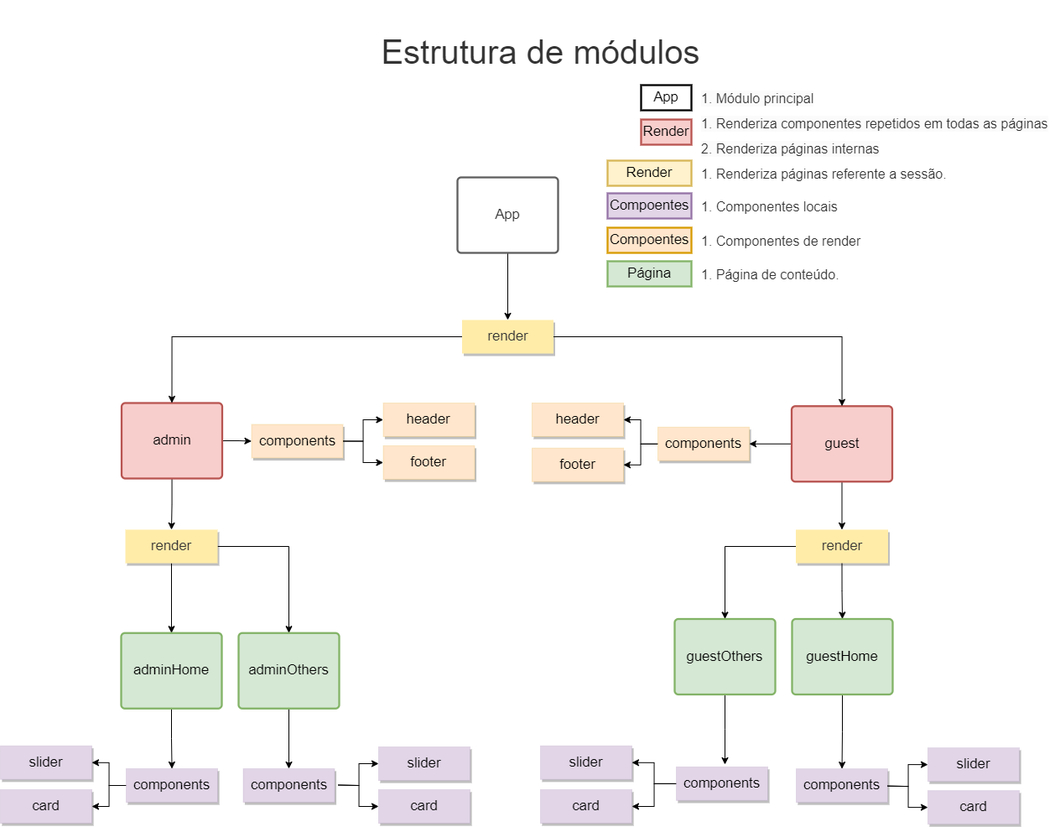
The draw.io diagram modelagem/Estrutura de modulos.png in lognsoft/AngularPattern, before a commit. Source tidied: cells renumbered, new cells last; positions are measured from the earlier drawing's top-left corner, leaving out a move shared by most shapes.
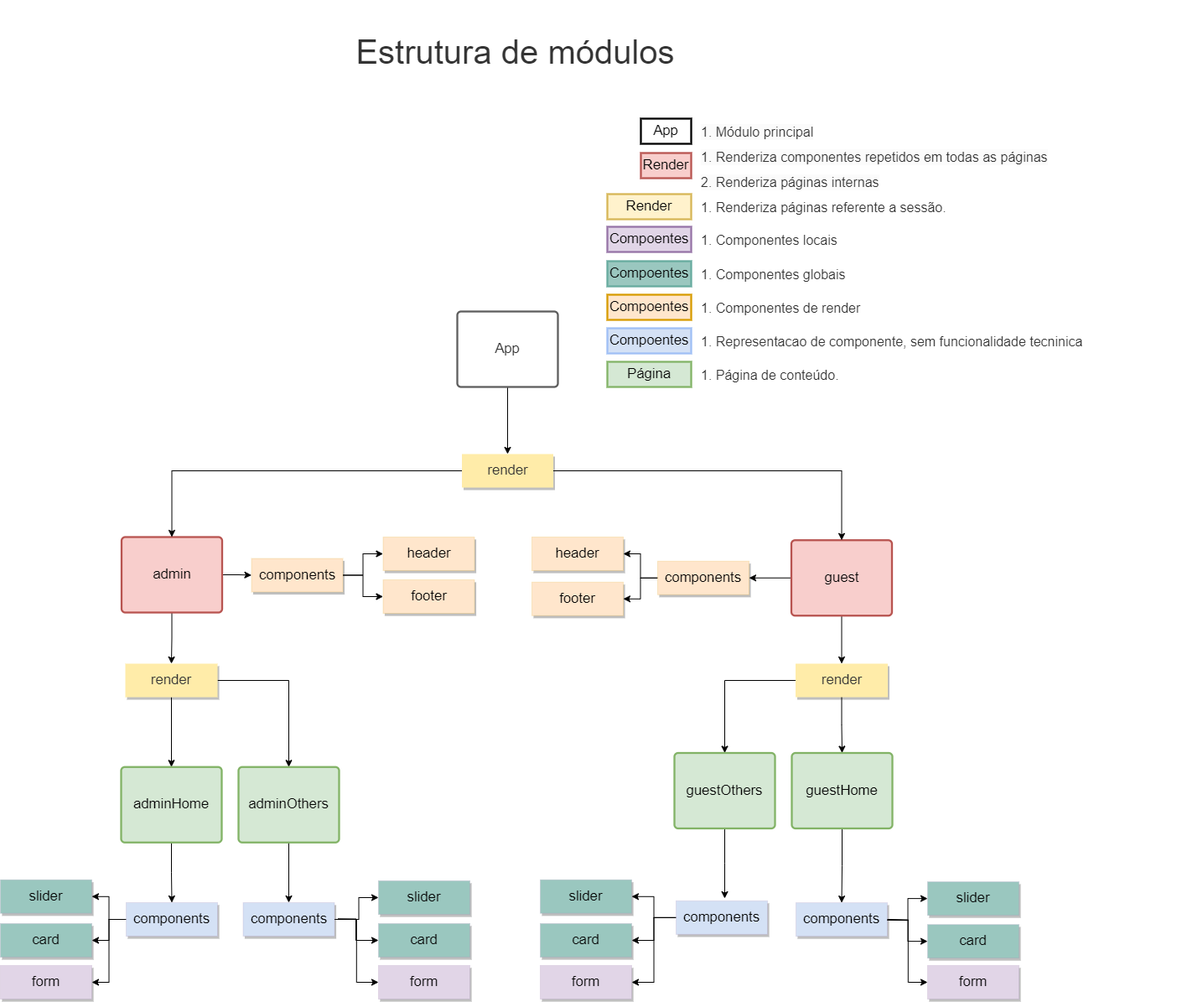
The same diagram one commit later.

What changed in the source:
```diff
@@ -11,3 +11,3 @@
     <mxCell id="4" value="Estrutura de módulos" style="html=1;overflow=block;blockSpacing=1;whiteSpace=wrap;fontSize=40;fontColor=#333333;spacing=3.8;strokeOpacity=0;fillOpacity=0;rounded=1;absoluteArcSize=1;arcSize=9;fillColor=#ffffff;strokeWidth=2.3;lucidId=kp.HK3f7AlV3;" parent="1" vertex="1">
-      <mxGeometry x="354" width="581" height="120" as="geometry" />
+      <mxGeometry x="324" y="-160" width="581" height="120" as="geometry" />
     </mxCell>
@@ -52,3 +52,3 @@
     </mxCell>
-    <mxCell id="18" value="components" style="html=1;overflow=block;blockSpacing=1;whiteSpace=wrap;shadow=1;fontSize=16.7;spacing=9;strokeColor=#9673a6;strokeOpacity=100;fillColor=#e1d5e7;strokeWidth=0;lucidId=x9~HYQwUxrom;" parent="1" vertex="1">
+    <mxCell id="18" value="components" style="html=1;overflow=block;blockSpacing=1;whiteSpace=wrap;shadow=1;fontSize=16.7;spacing=9;strokeColor=#9673a6;strokeOpacity=100;fillColor=#D4E1F5;strokeWidth=0;lucidId=x9~HYQwUxrom;" parent="1" vertex="1">
       <mxGeometry x="949" y="915.1" width="109" height="40" as="geometry" />
@@ -65,6 +65,6 @@
     </mxCell>
-    <mxCell id="21" value="slider" style="html=1;overflow=block;blockSpacing=1;whiteSpace=wrap;shadow=1;fontSize=16.7;spacing=9;strokeColor=#9673a6;strokeOpacity=100;fillColor=#e1d5e7;strokeWidth=0;lucidId=x9~HYQwUxrom;" parent="1" vertex="1">
+    <mxCell id="21" value="slider" style="html=1;overflow=block;blockSpacing=1;whiteSpace=wrap;shadow=1;fontSize=16.7;spacing=9;strokeColor=#9673a6;strokeOpacity=100;fillColor=#9AC7BF;strokeWidth=0;lucidId=x9~HYQwUxrom;" parent="1" vertex="1">
       <mxGeometry x="1106" y="890.1" width="109" height="40" as="geometry" />
     </mxCell>
-    <mxCell id="22" value="card" style="html=1;overflow=block;blockSpacing=1;whiteSpace=wrap;shadow=1;fontSize=16.7;spacing=9;strokeColor=#9673a6;strokeOpacity=100;fillColor=#e1d5e7;strokeWidth=0;lucidId=x9~HYQwUxrom;" parent="1" vertex="1">
+    <mxCell id="22" value="card" style="html=1;overflow=block;blockSpacing=1;whiteSpace=wrap;shadow=1;fontSize=16.7;spacing=9;strokeColor=#9673a6;strokeOpacity=100;fillColor=#9AC7BF;strokeWidth=0;lucidId=x9~HYQwUxrom;" parent="1" vertex="1">
       <mxGeometry x="1106" y="941.1" width="109" height="40" as="geometry" />
@@ -101,9 +101,12 @@
     </mxCell>
+    <mxCell id="71" style="edgeStyle=orthogonalEdgeStyle;rounded=0;jettySize=auto;html=1;entryX=1;entryY=0.5;entryDx=0;entryDy=0;" parent="1" edge="1" source="33" target="76">
+      <mxGeometry relative="1" as="geometry" />
+    </mxCell>
-    <mxCell id="33" value="components" style="html=1;overflow=block;blockSpacing=1;whiteSpace=wrap;shadow=1;fontSize=16.7;spacing=9;strokeColor=#9673a6;strokeOpacity=100;fillColor=#e1d5e7;strokeWidth=0;lucidId=x9~HYQwUxrom;" parent="1" vertex="1">
+    <mxCell id="33" value="components" style="html=1;overflow=block;blockSpacing=1;whiteSpace=wrap;shadow=1;fontSize=16.7;spacing=9;strokeColor=#9673a6;strokeOpacity=100;fillColor=#D4E1F5;strokeWidth=0;lucidId=x9~HYQwUxrom;" parent="1" vertex="1">
       <mxGeometry x="150" y="915" width="109" height="40" as="geometry" />
     </mxCell>
-    <mxCell id="34" value="slider" style="html=1;overflow=block;blockSpacing=1;whiteSpace=wrap;shadow=1;fontSize=16.7;spacing=9;strokeColor=#9673a6;strokeOpacity=100;fillColor=#e1d5e7;strokeWidth=0;lucidId=x9~HYQwUxrom;" parent="1" vertex="1">
+    <mxCell id="34" value="slider" style="html=1;overflow=block;blockSpacing=1;whiteSpace=wrap;shadow=1;fontSize=16.7;spacing=9;strokeColor=#9673a6;strokeOpacity=100;fillColor=#9AC7BF;strokeWidth=0;lucidId=x9~HYQwUxrom;" parent="1" vertex="1">
       <mxGeometry y="887.8" width="109" height="40" as="geometry" />
     </mxCell>
-    <mxCell id="35" value="card" style="html=1;overflow=block;blockSpacing=1;whiteSpace=wrap;shadow=1;fontSize=16.7;spacing=9;strokeColor=#9673a6;strokeOpacity=100;fillColor=#e1d5e7;strokeWidth=0;lucidId=x9~HYQwUxrom;" parent="1" vertex="1">
+    <mxCell id="35" value="card" style="html=1;overflow=block;blockSpacing=1;whiteSpace=wrap;shadow=1;fontSize=16.7;spacing=9;strokeColor=#9673a6;strokeOpacity=100;fillColor=#9AC7BF;strokeWidth=0;lucidId=x9~HYQwUxrom;" parent="1" vertex="1">
       <mxGeometry y="940" width="109" height="40" as="geometry" />
@@ -125,3 +128,6 @@
     </mxCell>
+    <mxCell id="72" style="edgeStyle=orthogonalEdgeStyle;rounded=0;jettySize=auto;html=1;exitX=1;exitY=0.5;exitDx=0;exitDy=0;entryX=0;entryY=0.5;entryDx=0;entryDy=0;" parent="1" edge="1" source="41" target="77">
+      <mxGeometry relative="1" as="geometry" />
+    </mxCell>
-    <mxCell id="41" value="components" style="html=1;overflow=block;blockSpacing=1;whiteSpace=wrap;shadow=1;fontSize=16.7;spacing=9;strokeColor=#9673a6;strokeOpacity=100;fillColor=#e1d5e7;strokeWidth=0;lucidId=x9~HYQwUxrom;" parent="1" vertex="1">
+    <mxCell id="41" value="components" style="html=1;overflow=block;blockSpacing=1;whiteSpace=wrap;shadow=1;fontSize=16.7;spacing=9;strokeColor=#9673a6;strokeOpacity=100;fillColor=#D4E1F5;strokeWidth=0;lucidId=x9~HYQwUxrom;" parent="1" vertex="1">
       <mxGeometry x="289.5" y="915" width="109" height="40" as="geometry" />
@@ -136,8 +142,12 @@
         <mxPoint x="403" y="934.5" as="sourcePoint" />
+        <Array as="points">
+          <mxPoint x="424" y="935" />
+          <mxPoint x="424" y="960" />
+        </Array>
       </mxGeometry>
     </mxCell>
-    <mxCell id="44" value="slider" style="html=1;overflow=block;blockSpacing=1;whiteSpace=wrap;shadow=1;fontSize=16.7;spacing=9;strokeColor=#9673a6;strokeOpacity=100;fillColor=#e1d5e7;strokeWidth=0;lucidId=x9~HYQwUxrom;" parent="1" vertex="1">
+    <mxCell id="44" value="slider" style="html=1;overflow=block;blockSpacing=1;whiteSpace=wrap;shadow=1;fontSize=16.7;spacing=9;strokeColor=#9673a6;strokeOpacity=100;fillColor=#9AC7BF;strokeWidth=0;lucidId=x9~HYQwUxrom;" parent="1" vertex="1">
       <mxGeometry x="451" y="889" width="109" height="40" as="geometry" />
     </mxCell>
-    <mxCell id="45" value="card" style="html=1;overflow=block;blockSpacing=1;whiteSpace=wrap;shadow=1;fontSize=16.7;spacing=9;strokeColor=#9673a6;strokeOpacity=100;fillColor=#e1d5e7;strokeWidth=0;lucidId=x9~HYQwUxrom;" parent="1" vertex="1">
+    <mxCell id="45" value="card" style="html=1;overflow=block;blockSpacing=1;whiteSpace=wrap;shadow=1;fontSize=16.7;spacing=9;strokeColor=#9673a6;strokeOpacity=100;fillColor=#9AC7BF;strokeWidth=0;lucidId=x9~HYQwUxrom;" parent="1" vertex="1">
       <mxGeometry x="451" y="940" width="109" height="40" as="geometry" />
@@ -158,9 +168,12 @@
     </mxCell>
+    <mxCell id="73" style="edgeStyle=orthogonalEdgeStyle;rounded=0;jettySize=auto;html=1;entryX=1;entryY=0.5;entryDx=0;entryDy=0;" parent="1" edge="1" source="50" target="80">
+      <mxGeometry relative="1" as="geometry" />
+    </mxCell>
-    <mxCell id="50" value="components" style="html=1;overflow=block;blockSpacing=1;whiteSpace=wrap;shadow=1;fontSize=16.7;spacing=9;strokeColor=#9673a6;strokeOpacity=100;fillColor=#e1d5e7;strokeWidth=0;lucidId=x9~HYQwUxrom;" parent="1" vertex="1">
+    <mxCell id="50" value="components" style="html=1;overflow=block;blockSpacing=1;whiteSpace=wrap;shadow=1;fontSize=16.7;spacing=9;strokeColor=#9673a6;strokeOpacity=100;fillColor=#D4E1F5;strokeWidth=0;lucidId=x9~HYQwUxrom;" parent="1" vertex="1">
       <mxGeometry x="806" y="912.9" width="109" height="40" as="geometry" />
     </mxCell>
-    <mxCell id="51" value="slider" style="html=1;overflow=block;blockSpacing=1;whiteSpace=wrap;shadow=1;fontSize=16.7;spacing=9;strokeColor=#9673a6;strokeOpacity=100;fillColor=#e1d5e7;strokeWidth=0;lucidId=x9~HYQwUxrom;" parent="1" vertex="1">
+    <mxCell id="51" value="slider" style="html=1;overflow=block;blockSpacing=1;whiteSpace=wrap;shadow=1;fontSize=16.7;spacing=9;strokeColor=#9673a6;strokeOpacity=100;fillColor=#9AC7BF;strokeWidth=0;lucidId=x9~HYQwUxrom;" parent="1" vertex="1">
       <mxGeometry x="644" y="887.8" width="109" height="40" as="geometry" />
     </mxCell>
-    <mxCell id="52" value="card" style="html=1;overflow=block;blockSpacing=1;whiteSpace=wrap;shadow=1;fontSize=16.7;spacing=9;strokeColor=#9673a6;strokeOpacity=100;fillColor=#e1d5e7;strokeWidth=0;lucidId=x9~HYQwUxrom;" parent="1" vertex="1">
+    <mxCell id="52" value="card" style="html=1;overflow=block;blockSpacing=1;whiteSpace=wrap;shadow=1;fontSize=16.7;spacing=9;strokeColor=#9673a6;strokeOpacity=100;fillColor=#9AC7BF;strokeWidth=0;lucidId=x9~HYQwUxrom;" parent="1" vertex="1">
       <mxGeometry x="644" y="940" width="109" height="40" as="geometry" />
@@ -183,40 +196,69 @@
     <mxCell id="58" value="Render" style="rounded=0;whiteSpace=wrap;html=1;strokeColor=#b85450;strokeWidth=2.3;align=center;verticalAlign=middle;spacing=3.8;fontFamily=Helvetica;fontSize=16.7;fillColor=#f8cecc;" parent="1" vertex="1">
-      <mxGeometry x="764" y="141" width="60" height="30" as="geometry" />
+      <mxGeometry x="764" y="21" width="60" height="30" as="geometry" />
     </mxCell>
     <mxCell id="59" value="&lt;span style=&quot;color: rgb(51, 51, 51); font-family: Helvetica; font-style: normal; font-variant-ligatures: normal; font-variant-caps: normal; font-weight: 400; letter-spacing: normal; orphans: 2; text-align: center; text-indent: 0px; text-transform: none; widows: 2; word-spacing: 0px; -webkit-text-stroke-width: 0px; background-color: rgb(251, 251, 251); text-decoration-thickness: initial; text-decoration-style: initial; text-decoration-color: initial; float: none; display: inline !important;&quot;&gt;&lt;font style=&quot;font-size: 16px;&quot;&gt;2. Renderiza páginas internas&lt;/font&gt;&lt;/span&gt;" style="text;whiteSpace=wrap;html=1;fontSize=16.7;fontFamily=Helvetica;fontColor=#333333;" parent="1" vertex="1">
-      <mxGeometry x="834" y="160" width="320" height="30" as="geometry" />
+      <mxGeometry x="834" y="40" width="320" height="30" as="geometry" />
     </mxCell>
     <mxCell id="60" value="&lt;span style=&quot;color: rgb(51, 51, 51); font-family: Helvetica; font-style: normal; font-variant-ligatures: normal; font-variant-caps: normal; font-weight: 400; letter-spacing: normal; orphans: 2; text-align: center; text-indent: 0px; text-transform: none; widows: 2; word-spacing: 0px; -webkit-text-stroke-width: 0px; background-color: rgb(251, 251, 251); text-decoration-thickness: initial; text-decoration-style: initial; text-decoration-color: initial; float: none; display: inline !important;&quot;&gt;&lt;font style=&quot;font-size: 16px;&quot;&gt;1. Renderiza componentes repetidos em todas as páginas&lt;/font&gt;&lt;/span&gt;" style="text;whiteSpace=wrap;html=1;fontSize=16.7;fontFamily=Helvetica;fontColor=#333333;" parent="1" vertex="1">
-      <mxGeometry x="834" y="130" width="430" height="30" as="geometry" />
+      <mxGeometry x="834" y="10" width="430" height="30" as="geometry" />
     </mxCell>
     <mxCell id="61" value="Compoentes" style="rounded=0;whiteSpace=wrap;html=1;strokeColor=#d79b00;strokeWidth=2.3;align=center;verticalAlign=middle;spacing=3.8;fontFamily=Helvetica;fontSize=16.7;fillColor=#ffe6cc;" parent="1" vertex="1">
-      <mxGeometry x="724" y="270" width="100" height="30" as="geometry" />
+      <mxGeometry x="724" y="190" width="100" height="30" as="geometry" />
     </mxCell>
     <mxCell id="62" value="&lt;div style=&quot;text-align: center;&quot;&gt;&lt;span style=&quot;background-color: initial; font-size: 16px;&quot;&gt;1. Componentes de render&lt;/span&gt;&lt;/div&gt;" style="text;whiteSpace=wrap;html=1;fontSize=16.7;fontFamily=Helvetica;fontColor=#333333;" parent="1" vertex="1">
-      <mxGeometry x="834" y="270" width="430" height="30" as="geometry" />
+      <mxGeometry x="834" y="190" width="430" height="30" as="geometry" />
     </mxCell>
     <mxCell id="63" value="Compoentes" style="rounded=0;whiteSpace=wrap;html=1;strokeColor=#9673a6;strokeWidth=2.3;align=center;verticalAlign=middle;spacing=3.8;fontFamily=Helvetica;fontSize=16.7;fillColor=#e1d5e7;" parent="1" vertex="1">
-      <mxGeometry x="724" y="229" width="100" height="30" as="geometry" />
+      <mxGeometry x="724" y="109" width="100" height="30" as="geometry" />
     </mxCell>
     <mxCell id="64" value="&lt;div style=&quot;text-align: center;&quot;&gt;&lt;span style=&quot;background-color: initial; font-size: 16px;&quot;&gt;1. Componentes locais&lt;/span&gt;&lt;/div&gt;" style="text;whiteSpace=wrap;html=1;fontSize=16.7;fontFamily=Helvetica;fontColor=#333333;" parent="1" vertex="1">
-      <mxGeometry x="834" y="229" width="430" height="30" as="geometry" />
+      <mxGeometry x="834" y="109" width="430" height="30" as="geometry" />
     </mxCell>
     <mxCell id="65" value="Render" style="rounded=0;whiteSpace=wrap;html=1;strokeColor=#d6b656;strokeWidth=2.3;align=center;verticalAlign=middle;spacing=3.8;fontFamily=Helvetica;fontSize=16.7;fillColor=#fff2cc;" parent="1" vertex="1">
-      <mxGeometry x="724" y="190" width="100" height="30" as="geometry" />
+      <mxGeometry x="724" y="70" width="100" height="30" as="geometry" />
     </mxCell>
     <mxCell id="66" value="&lt;div style=&quot;text-align: center;&quot;&gt;&lt;span style=&quot;background-color: initial; font-size: 16px;&quot;&gt;1. Renderiza páginas referente a sessão.&lt;/span&gt;&lt;/div&gt;" style="text;whiteSpace=wrap;html=1;fontSize=16.7;fontFamily=Helvetica;fontColor=#333333;" parent="1" vertex="1">
-      <mxGeometry x="834" y="190" width="430" height="30" as="geometry" />
+      <mxGeometry x="834" y="70" width="430" height="30" as="geometry" />
     </mxCell>
     <mxCell id="67" value="Página" style="rounded=0;whiteSpace=wrap;html=1;strokeColor=#82b366;strokeWidth=2.3;align=center;verticalAlign=middle;spacing=3.8;fontFamily=Helvetica;fontSize=16.7;fillColor=#d5e8d4;" parent="1" vertex="1">
-      <mxGeometry x="724" y="310" width="100" height="30" as="geometry" />
+      <mxGeometry x="724" y="270" width="100" height="30" as="geometry" />
     </mxCell>
     <mxCell id="68" value="&lt;div style=&quot;text-align: center;&quot;&gt;&lt;span style=&quot;background-color: initial; font-size: 16px;&quot;&gt;1. Página de conteúdo.&lt;/span&gt;&lt;/div&gt;" style="text;whiteSpace=wrap;html=1;fontSize=16.7;fontFamily=Helvetica;fontColor=#333333;" parent="1" vertex="1">
-      <mxGeometry x="834" y="310" width="430" height="30" as="geometry" />
+      <mxGeometry x="834" y="270" width="430" height="30" as="geometry" />
     </mxCell>
     <mxCell id="69" value="App" style="rounded=0;whiteSpace=wrap;html=1;strokeWidth=2.3;align=center;verticalAlign=middle;spacing=3.8;fontFamily=Helvetica;fontSize=16.7;" parent="1" vertex="1">
-      <mxGeometry x="764" y="100" width="60" height="30" as="geometry" />
+      <mxGeometry x="764" y="-20" width="60" height="30" as="geometry" />
     </mxCell>
     <mxCell id="70" value="&lt;span style=&quot;color: rgb(51, 51, 51); font-family: Helvetica; font-style: normal; font-variant-ligatures: normal; font-variant-caps: normal; font-weight: 400; letter-spacing: normal; orphans: 2; text-align: center; text-indent: 0px; text-transform: none; widows: 2; word-spacing: 0px; -webkit-text-stroke-width: 0px; background-color: rgb(251, 251, 251); text-decoration-thickness: initial; text-decoration-style: initial; text-decoration-color: initial; float: none; display: inline !important;&quot;&gt;&lt;font style=&quot;font-size: 16px;&quot;&gt;1. Módulo principal&lt;/font&gt;&lt;/span&gt;" style="text;whiteSpace=wrap;html=1;fontSize=16.7;fontFamily=Helvetica;fontColor=#333333;" parent="1" vertex="1">
-      <mxGeometry x="834" y="100" width="430" height="30" as="geometry" />
+      <mxGeometry x="834" y="-20" width="430" height="30" as="geometry" />
     </mxCell>
+    <mxCell id="74" value="Compoentes" style="rounded=0;whiteSpace=wrap;html=1;strokeColor=#67AB9F;strokeWidth=2.3;align=center;verticalAlign=middle;spacing=3.8;fontFamily=Helvetica;fontSize=16.7;fillColor=#9AC7BF;" parent="1" vertex="1">
+      <mxGeometry x="724" y="150" width="100" height="30" as="geometry" />
+    </mxCell>
+    <mxCell id="75" value="&lt;div style=&quot;text-align: center;&quot;&gt;&lt;span style=&quot;background-color: initial; font-size: 16px;&quot;&gt;1. Componentes globais&lt;/span&gt;&lt;/div&gt;" style="text;whiteSpace=wrap;html=1;fontSize=16.7;fontFamily=Helvetica;fontColor=#333333;" parent="1" vertex="1">
+      <mxGeometry x="834" y="150" width="430" height="30" as="geometry" />
+    </mxCell>
+    <mxCell id="76" value="form" style="html=1;overflow=block;blockSpacing=1;whiteSpace=wrap;shadow=1;fontSize=16.7;spacing=9;strokeColor=#9673a6;strokeOpacity=100;fillColor=#E1D5E7;strokeWidth=0;lucidId=x9~HYQwUxrom;" parent="1" vertex="1">
+      <mxGeometry y="990" width="109" height="40" as="geometry" />
+    </mxCell>
+    <mxCell id="77" value="form" style="html=1;overflow=block;blockSpacing=1;whiteSpace=wrap;shadow=1;fontSize=16.7;spacing=9;strokeColor=#9673a6;strokeOpacity=100;fillColor=#E1D5E7;strokeWidth=0;lucidId=x9~HYQwUxrom;" parent="1" vertex="1">
+      <mxGeometry x="451" y="990" width="109" height="40" as="geometry" />
+    </mxCell>
+    <mxCell id="78" style="edgeStyle=orthogonalEdgeStyle;rounded=0;jettySize=auto;html=1;exitX=1;exitY=0.5;exitDx=0;exitDy=0;entryX=0;entryY=0.5;entryDx=0;entryDy=0;" parent="1" edge="1" target="79">
+      <mxGeometry relative="1" as="geometry">
+        <mxPoint x="1058.5" y="935" as="sourcePoint" />
+      </mxGeometry>
+    </mxCell>
+    <mxCell id="79" value="form" style="html=1;overflow=block;blockSpacing=1;whiteSpace=wrap;shadow=1;fontSize=16.7;spacing=9;strokeColor=#9673a6;strokeOpacity=100;fillColor=#E1D5E7;strokeWidth=0;lucidId=x9~HYQwUxrom;" parent="1" vertex="1">
+      <mxGeometry x="1106" y="990" width="109" height="40" as="geometry" />
+    </mxCell>
+    <mxCell id="80" value="form" style="html=1;overflow=block;blockSpacing=1;whiteSpace=wrap;shadow=1;fontSize=16.7;spacing=9;strokeColor=#9673a6;strokeOpacity=100;fillColor=#E1D5E7;strokeWidth=0;lucidId=x9~HYQwUxrom;" parent="1" vertex="1">
+      <mxGeometry x="644" y="990" width="109" height="40" as="geometry" />
+    </mxCell>
+    <mxCell id="81" value="Compoentes" style="rounded=0;whiteSpace=wrap;html=1;strokeColor=#9FBFF5;strokeWidth=2.3;align=center;verticalAlign=middle;spacing=3.8;fontFamily=Helvetica;fontSize=16.7;fillColor=#D4E1F5;" parent="1" vertex="1">
+      <mxGeometry x="724" y="230" width="100" height="30" as="geometry" />
+    </mxCell>
+    <mxCell id="82" value="&lt;div style=&quot;text-align: center;&quot;&gt;&lt;span style=&quot;background-color: initial; font-size: 16px;&quot;&gt;1. Representacao de componente, sem funcionalidade tecninica&lt;/span&gt;&lt;/div&gt;" style="text;whiteSpace=wrap;html=1;fontSize=16.7;fontFamily=Helvetica;fontColor=#333333;" parent="1" vertex="1">
+      <mxGeometry x="834" y="230" width="570" height="30" as="geometry" />
+    </mxCell>
   </root>
```
